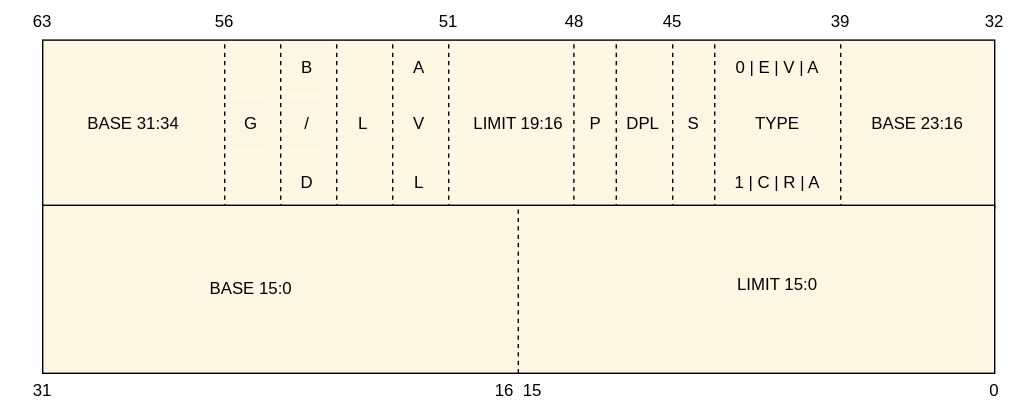
The draw.io diagram Booting/images/segment-descriptor.svg in 0xAX/linux-insides, before a commit. Source tidied: cells renumbered, new cells last; positions are measured from the earlier drawing's top-left corner, leaving out a move shared by most shapes.
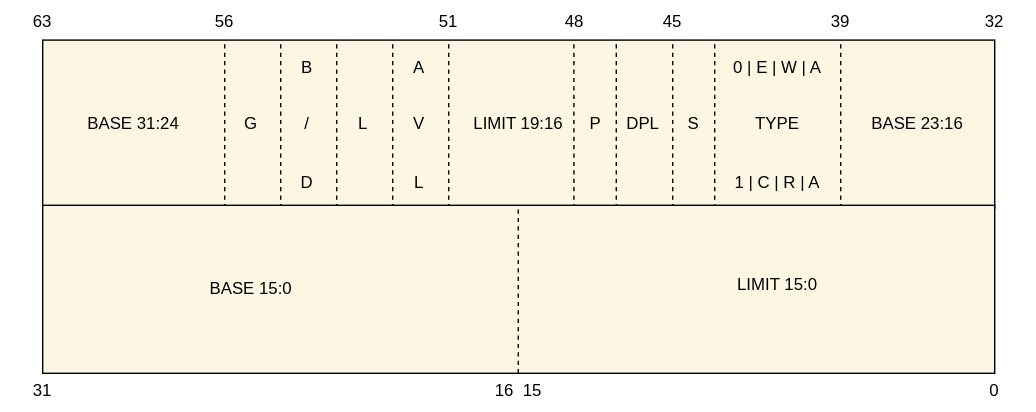
After the commit.

The edit, as a diff of the source:
```diff
@@ -86,7 +86,7 @@
         <mxPoint x="510" y="28" as="targetPoint" />
       </mxGeometry>
     </mxCell>
-    <mxCell id="20" value="&lt;span&gt;&lt;span style=&quot;&quot;&gt;BASE 31:34&lt;/span&gt;&lt;/span&gt;" style="text;html=1;align=center;verticalAlign=middle;whiteSpace=wrap;rounded=0;strokeColor=none;fontColor=#000000;fontStyle=0;" parent="1" vertex="1">
+    <mxCell id="20" value="&lt;span&gt;&lt;span style=&quot;&quot;&gt;BASE 31:24&lt;/span&gt;&lt;/span&gt;" style="text;html=1;align=center;verticalAlign=middle;whiteSpace=wrap;rounded=0;strokeColor=none;fontColor=#000000;fontStyle=0;" parent="1" vertex="1">
       <mxGeometry x="60" y="73" width="70" height="30" as="geometry" />
     </mxCell>
     <mxCell id="21" value="&lt;span&gt;&lt;span style=&quot;&quot;&gt;G&lt;/span&gt;&lt;/span&gt;" style="text;html=1;align=center;verticalAlign=middle;whiteSpace=wrap;rounded=0;strokeColor=#FDF6E3;fontColor=#000000;fontStyle=0;" parent="1" vertex="1">
@@ -125,7 +125,7 @@
     <mxCell id="32" value="&lt;span&gt;&lt;span style=&quot;&quot;&gt;TYPE&lt;/span&gt;&lt;/span&gt;" style="text;html=1;align=center;verticalAlign=middle;whiteSpace=wrap;rounded=0;strokeColor=none;fontColor=#000000;fontStyle=0;" parent="1" vertex="1">
       <mxGeometry x="540" y="73" width="30" height="30" as="geometry" />
     </mxCell>
-    <mxCell id="33" value="&lt;span&gt;&lt;span style=&quot;&quot;&gt;0 | E | V | A&lt;/span&gt;&lt;/span&gt;" style="text;html=1;align=center;verticalAlign=middle;whiteSpace=wrap;rounded=0;strokeColor=none;fontColor=#000000;fontStyle=0;" parent="1" vertex="1">
+    <mxCell id="33" value="&lt;span&gt;&lt;span style=&quot;&quot;&gt;0 | E | W | A&lt;/span&gt;&lt;/span&gt;" style="text;html=1;align=center;verticalAlign=middle;whiteSpace=wrap;rounded=0;strokeColor=none;fontColor=#000000;fontStyle=0;" parent="1" vertex="1">
       <mxGeometry x="520" y="33" width="70" height="30" as="geometry" />
     </mxCell>
     <mxCell id="34" value="&lt;span&gt;&lt;span style=&quot;&quot;&gt;1 | C | R | A&lt;/span&gt;&lt;/span&gt;" style="text;html=1;align=center;verticalAlign=middle;whiteSpace=wrap;rounded=0;strokeColor=none;fontColor=#000000;fontStyle=0;" parent="1" vertex="1">
```
